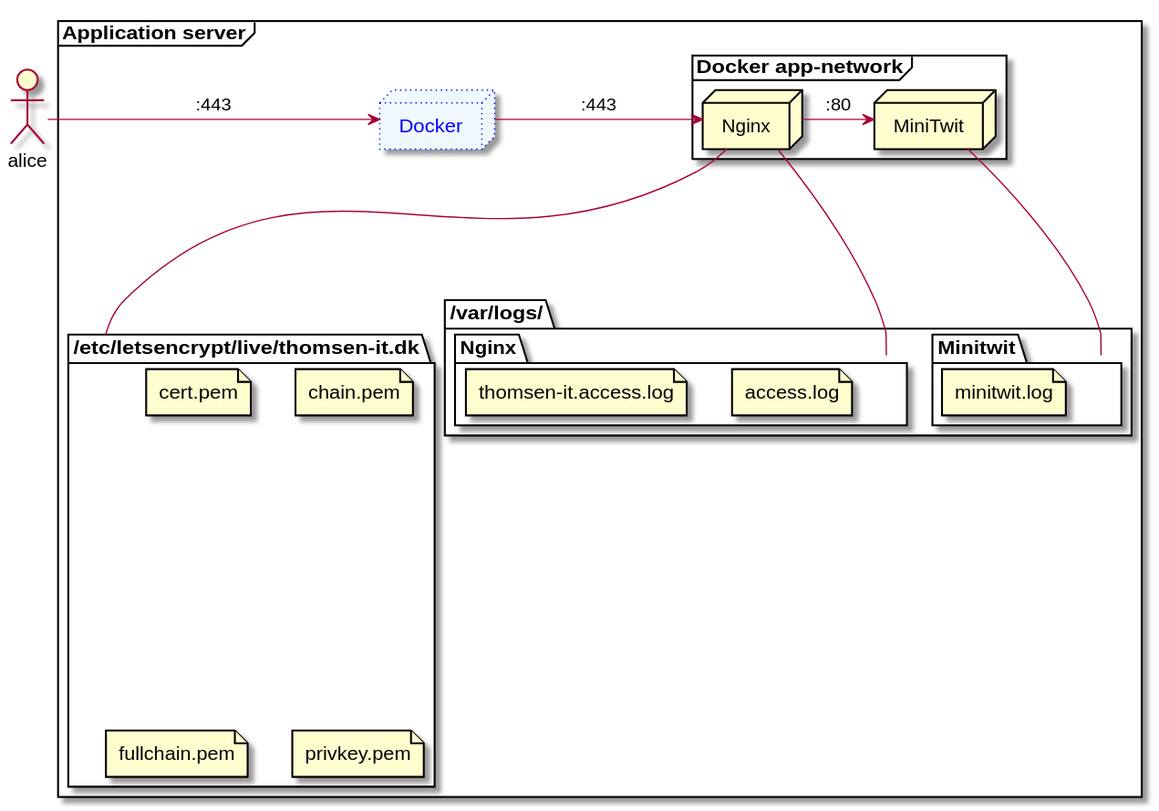
Above: Diagrams/ApplicationServer/deployment.svg in DevelOpsITU/ServerDeployment (PlantUML), before the change. Source of this version:
```plantuml
@startuml deployment
actor alice as a
frame "Application server" {

  node  Docker #aliceblue;line:blue;line.dotted;text:blue
  frame "Docker app-network" {
    node Nginx
    node MiniTwit
  }

  folder "/etc/letsencrypt/live/thomsen-it.dk" as certs {
    file "cert.pem"
    file "chain.pem"
    file "fullchain.pem"
    file "privkey.pem"
  }

  folder "/var/logs/" as logs {
    folder "Nginx" as NginxLog {
      file "access.log"
      file "thomsen-it.access.log"
    }
    folder "Minitwit" as miniTwitLogs {
      file "minitwit.log"
    }
  }

a -> Docker : ":443"
Docker-> Nginx : ":443"
Nginx -> MiniTwit: ":80"
Nginx -- certs
Nginx -- NginxLog
MiniTwit -- miniTwitLogs
}
@enduml
```
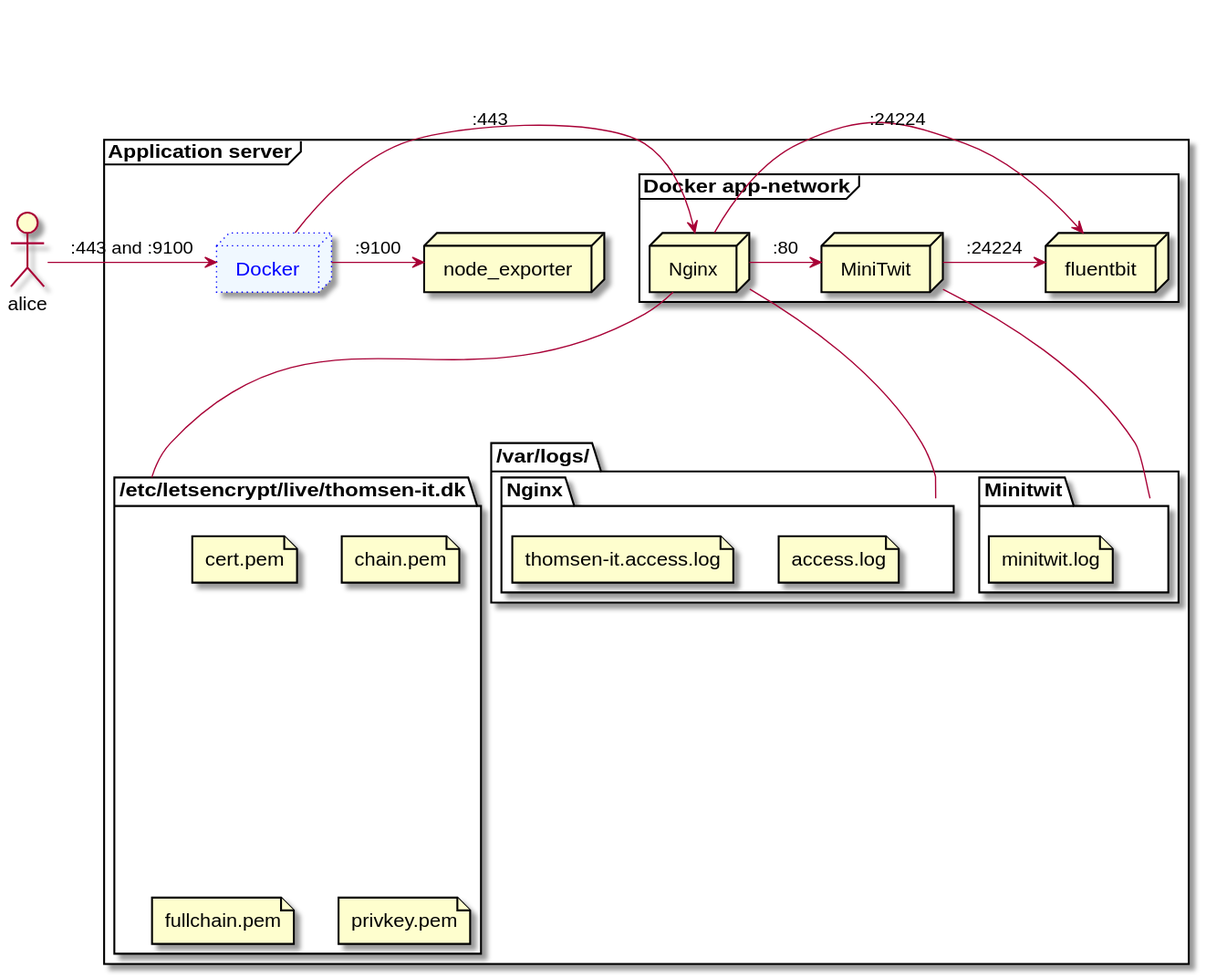
The same file after the commit.

Change to the diagram source:
```diff
@@ -2,9 +2,13 @@
 actor alice as a
 frame "Application server" {
 
-  node  Docker #aliceblue;line:blue;line.dotted;text:blue
+  node node_exporter
+
+  node Docker #aliceblue;line:blue;line.dotted;text:blue
+
   frame "Docker app-network" {
     node Nginx
+    node fluentbit
     node MiniTwit
   }
 
@@ -25,9 +29,15 @@
     }
   }
 
-a -> Docker : ":443"
+a -> Docker : ":443 and :9100"
+
 Docker-> Nginx : ":443"
+Docker-> node_exporter : ":9100"
 Nginx -> MiniTwit: ":80"
+
+MiniTwit -> fluentbit: ":24224"
+Nginx -> fluentbit: ":24224"
+
 Nginx -- certs
 Nginx -- NginxLog
 MiniTwit -- miniTwitLogs
```
